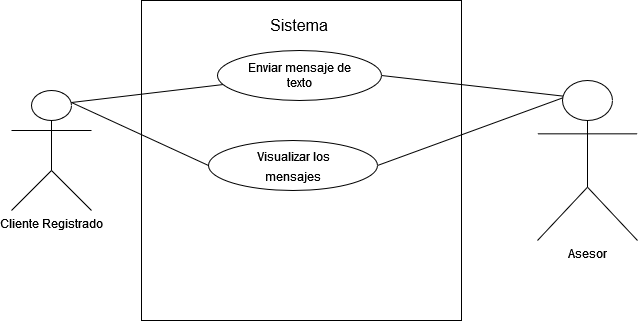
This is Proyecto en REM/image/CU04-chat.png from TheNeoStormZ/super-REMORY, a draw.io export, as it was before one commit. Source tidied: cells renumbered, new cells last; positions are measured from the earlier drawing's top-left corner, leaving out a move shared by most shapes.
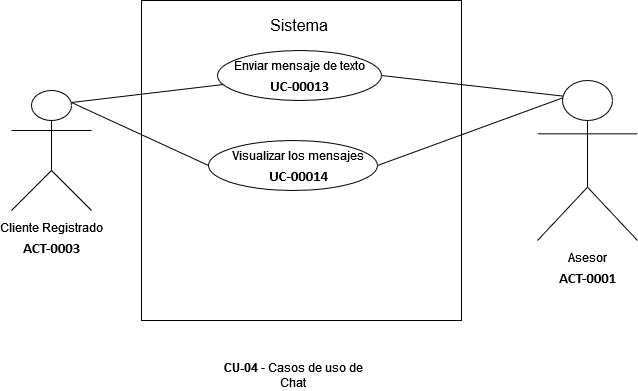
After the commit.

Change to the diagram source:
```diff
@@ -5,42 +5,45 @@
     <mxCell id="2" style="whiteSpace=wrap;html=1;" parent="1" vertex="1">
       <mxGeometry x="130" width="320" height="320" as="geometry" />
     </mxCell>
-    <mxCell id="3" value="Cliente Registrado" style="shape=umlActor;verticalLabelPosition=bottom;verticalAlign=top;html=1;outlineConnect=0;" parent="1" vertex="1">
-      <mxGeometry y="90" width="80" height="120" as="geometry" />
-    </mxCell>
-    <mxCell id="4" style="endArrow=none;html=1;rounded=0;exitX=0.75;exitY=0.1;exitDx=0;exitDy=0;exitPerimeter=0;" parent="1" edge="1" source="3" target="5">
-      <mxGeometry relative="1" as="geometry" />
-    </mxCell>
+    <mxCell id="14" value="&lt;div&gt;Cliente Registrado&lt;span style=&quot;font-size: 11pt ; line-height: 20.5042px ; font-family: &amp;#34;calibri&amp;#34; , &amp;#34;calibri_embeddedfont&amp;#34; , &amp;#34;calibri_msfontservice&amp;#34; , sans-serif ; font-weight: bold&quot; class=&quot;TextRun SCXW131693088 BCX2&quot; lang=&quot;ES-ES&quot;&gt;&lt;span class=&quot;NormalTextRun SCXW131693088 BCX2&quot;&gt;&lt;br&gt;&lt;/span&gt;&lt;/span&gt;&lt;/div&gt;&lt;div&gt;&lt;span style=&quot;font-size: 11pt ; line-height: 20.5042px ; font-family: &amp;#34;calibri&amp;#34; , &amp;#34;calibri_embeddedfont&amp;#34; , &amp;#34;calibri_msfontservice&amp;#34; , sans-serif ; font-weight: bold&quot; class=&quot;TextRun SCXW131693088 BCX2&quot; lang=&quot;ES-ES&quot;&gt;&lt;span class=&quot;NormalTextRun SCXW131693088 BCX2&quot;&gt;ACT-00&lt;/span&gt;&lt;span class=&quot;NormalTextRun SCXW131693088 BCX2&quot;&gt;03&lt;/span&gt;&lt;/span&gt;&lt;/div&gt;" style="shape=umlActor;verticalLabelPosition=bottom;verticalAlign=top;html=1;outlineConnect=0;" parent="1" vertex="1">
+      <mxGeometry y="90" width="80" height="120" as="geometry" />
+    </mxCell>
+    <mxCell id="15" style="endArrow=none;html=1;rounded=0;exitX=0.75;exitY=0.1;exitDx=0;exitDy=0;exitPerimeter=0;" parent="1" edge="1" source="14" target="5">
+      <mxGeometry relative="1" as="geometry" />
+    </mxCell>
     <mxCell id="5" style="ellipse;whiteSpace=wrap;html=1;" parent="1" vertex="1">
       <mxGeometry x="206" y="50" width="164" height="50" as="geometry" />
     </mxCell>
-    <mxCell id="6" value="Enviar mensaje de texto" style="text;html=1;strokeColor=none;fillColor=none;align=center;verticalAlign=middle;whiteSpace=wrap;rounded=0;" parent="1" vertex="1">
-      <mxGeometry x="227.5" y="50" width="121" height="50" as="geometry" />
-    </mxCell>
-    <mxCell id="7" style="endArrow=none;html=1;rounded=0;entryX=0.25;entryY=0.1;entryDx=0;entryDy=0;entryPerimeter=0;exitX=1;exitY=0.5;exitDx=0;exitDy=0;" parent="1" edge="1" source="5">
-      <mxGeometry relative="1" as="geometry">
-        <mxPoint x="555" y="96" as="targetPoint" />
-      </mxGeometry>
-    </mxCell>
+    <mxCell id="16" value="&lt;div&gt;Enviar mensaje de texto&lt;span style=&quot;font-size: 11pt ; line-height: 20.5042px ; font-family: &amp;#34;calibri&amp;#34; , &amp;#34;calibri_embeddedfont&amp;#34; , &amp;#34;calibri_msfontservice&amp;#34; , sans-serif ; font-weight: bold&quot; class=&quot;TextRun  BCX2 SCXW258166203&quot; lang=&quot;ES-ES&quot;&gt;&lt;span class=&quot;NormalTextRun  BCX2 SCXW258166203&quot;&gt;&lt;br&gt;&lt;/span&gt;&lt;/span&gt;&lt;/div&gt;&lt;div&gt;&lt;span style=&quot;font-size: 11pt ; line-height: 20.5042px ; font-family: &amp;#34;calibri&amp;#34; , &amp;#34;calibri_embeddedfont&amp;#34; , &amp;#34;calibri_msfontservice&amp;#34; , sans-serif ; font-weight: bold&quot; class=&quot;TextRun  BCX2 SCXW258166203&quot; lang=&quot;ES-ES&quot;&gt;&lt;span class=&quot;NormalTextRun  BCX2 SCXW258166203&quot;&gt;UC-000&lt;/span&gt;&lt;span class=&quot;NormalTextRun  BCX2 SCXW258166203&quot;&gt;1&lt;/span&gt;&lt;span class=&quot;NormalTextRun  BCX2 SCXW258166203&quot;&gt;3&lt;/span&gt;&lt;/span&gt;&lt;span class=&quot;EOP  BCX2 SCXW258166203&quot; style=&quot;font-size: 11pt ; line-height: 20.5042px ; font-family: &amp;#34;calibri&amp;#34; , &amp;#34;calibri_embeddedfont&amp;#34; , &amp;#34;calibri_msfontservice&amp;#34; , sans-serif&quot;&gt; &lt;/span&gt;&lt;/div&gt;&lt;div&gt;&lt;span class=&quot;EOP  BCX2 SCXW258166203&quot; style=&quot;font-size: 11pt ; line-height: 20.5042px ; font-family: &amp;#34;calibri&amp;#34; , &amp;#34;calibri_embeddedfont&amp;#34; , &amp;#34;calibri_msfontservice&amp;#34; , sans-serif&quot;&gt;&lt;/span&gt;&lt;/div&gt;" style="text;html=1;strokeColor=none;fillColor=none;align=center;verticalAlign=middle;whiteSpace=wrap;rounded=0;" parent="1" vertex="1">
+      <mxGeometry x="208.8" y="45" width="158.5" height="60" as="geometry" />
+    </mxCell>
+    <mxCell id="17" style="endArrow=none;html=1;rounded=0;entryX=0.25;entryY=0.1;entryDx=0;entryDy=0;entryPerimeter=0;exitX=1;exitY=0.5;exitDx=0;exitDy=0;" parent="1" edge="1" source="5">
+      <mxGeometry relative="1" as="geometry">
+        <mxPoint x="555" y="96" as="targetPoint" />
+      </mxGeometry>
+    </mxCell>
     <mxCell id="8" value="&lt;div style=&quot;font-size: 16px&quot;&gt;&lt;font style=&quot;font-size: 16px&quot;&gt;Sistema&lt;br&gt;&lt;/font&gt;&lt;/div&gt;" style="text;html=1;strokeColor=none;fillColor=none;align=center;verticalAlign=middle;whiteSpace=wrap;rounded=0;" parent="1" vertex="1">
       <mxGeometry x="258" y="10" width="60" height="30" as="geometry" />
     </mxCell>
     <mxCell id="9" style="ellipse;whiteSpace=wrap;html=1;fontSize=16;" parent="1" vertex="1">
       <mxGeometry x="197" y="140" width="169" height="50" as="geometry" />
     </mxCell>
-    <mxCell id="10" value="&lt;div&gt;&lt;font style=&quot;font-size: 12px&quot;&gt;Visualizar los mensajes&lt;br&gt;&lt;/font&gt;&lt;/div&gt;" style="text;html=1;strokeColor=none;fillColor=none;align=center;verticalAlign=middle;whiteSpace=wrap;rounded=0;fontSize=16;" parent="1" vertex="1">
-      <mxGeometry x="241.5" y="145" width="80" height="40" as="geometry" />
-    </mxCell>
-    <mxCell id="11" style="endArrow=none;html=1;rounded=0;fontSize=12;exitX=1;exitY=0.5;exitDx=0;exitDy=0;entryX=0.25;entryY=0.1;entryDx=0;entryDy=0;entryPerimeter=0;" parent="1" edge="1" source="9">
-      <mxGeometry relative="1" as="geometry">
-        <mxPoint x="555" y="96" as="targetPoint" />
-      </mxGeometry>
-    </mxCell>
-    <mxCell id="12" style="endArrow=none;html=1;rounded=0;fontSize=12;entryX=0;entryY=0.5;entryDx=0;entryDy=0;exitX=0.75;exitY=0.1;exitDx=0;exitDy=0;exitPerimeter=0;" parent="1" edge="1" source="3" target="9">
-      <mxGeometry relative="1" as="geometry" />
-    </mxCell>
-    <mxCell id="13" value="Asesor" style="shape=umlActor;verticalLabelPosition=bottom;verticalAlign=top;html=1;" parent="1" vertex="1">
-      <mxGeometry x="526" y="80" width="100" height="160" as="geometry" />
-    </mxCell>
+    <mxCell id="18" value="&lt;div&gt;&lt;font style=&quot;font-size: 12px&quot;&gt;Visualizar los mensajes&lt;/font&gt;&lt;span style=&quot;font-size: 11pt ; line-height: 20.5042px ; font-family: &amp;#34;calibri&amp;#34; , &amp;#34;calibri_embeddedfont&amp;#34; , &amp;#34;calibri_msfontservice&amp;#34; , sans-serif ; font-weight: bold&quot; class=&quot;TextRun  BCX2 SCXW38033412&quot; lang=&quot;ES-ES&quot;&gt;&lt;span class=&quot;NormalTextRun  BCX2 SCXW38033412&quot;&gt;&lt;br&gt;&lt;/span&gt;&lt;/span&gt;&lt;/div&gt;&lt;div&gt;&lt;span style=&quot;font-size: 11pt ; line-height: 20.5042px ; font-family: &amp;#34;calibri&amp;#34; , &amp;#34;calibri_embeddedfont&amp;#34; , &amp;#34;calibri_msfontservice&amp;#34; , sans-serif ; font-weight: bold&quot; class=&quot;TextRun  BCX2 SCXW38033412&quot; lang=&quot;ES-ES&quot;&gt;&lt;span class=&quot;NormalTextRun  BCX2 SCXW38033412&quot;&gt;UC-0001&lt;/span&gt;&lt;span class=&quot;NormalTextRun  BCX2 SCXW38033412&quot;&gt;4&lt;/span&gt;&lt;/span&gt;&lt;span class=&quot;EOP  BCX2 SCXW38033412&quot; style=&quot;font-size: 11pt ; line-height: 20.5042px ; font-family: &amp;#34;calibri&amp;#34; , &amp;#34;calibri_embeddedfont&amp;#34; , &amp;#34;calibri_msfontservice&amp;#34; , sans-serif&quot;&gt; &lt;br&gt;&lt;/span&gt;&lt;/div&gt;" style="text;html=1;strokeColor=none;fillColor=none;align=center;verticalAlign=middle;whiteSpace=wrap;rounded=0;fontSize=16;" parent="1" vertex="1">
+      <mxGeometry x="215" y="147.5" width="144.5" height="35" as="geometry" />
+    </mxCell>
+    <mxCell id="19" style="endArrow=none;html=1;rounded=0;fontSize=12;exitX=1;exitY=0.5;exitDx=0;exitDy=0;entryX=0.25;entryY=0.1;entryDx=0;entryDy=0;entryPerimeter=0;" parent="1" edge="1" source="9">
+      <mxGeometry relative="1" as="geometry">
+        <mxPoint x="555" y="96" as="targetPoint" />
+      </mxGeometry>
+    </mxCell>
+    <mxCell id="20" value="&lt;b&gt;CU-04&lt;/b&gt; - Casos de uso de Chat" style="text;html=1;strokeColor=none;fillColor=none;align=center;verticalAlign=middle;whiteSpace=wrap;rounded=0;" parent="1" vertex="1">
+      <mxGeometry x="203.5" y="360" width="156" height="30" as="geometry" />
+    </mxCell>
+    <mxCell id="21" style="endArrow=none;html=1;rounded=0;fontSize=12;entryX=0;entryY=0.5;entryDx=0;entryDy=0;exitX=0.75;exitY=0.1;exitDx=0;exitDy=0;exitPerimeter=0;" parent="1" edge="1" source="14" target="9">
+      <mxGeometry relative="1" as="geometry" />
+    </mxCell>
+    <mxCell id="22" value="&lt;div&gt;Asesor&lt;span style=&quot;font-size: 11pt ; line-height: 20.5042px ; font-family: &amp;#34;calibri&amp;#34; , &amp;#34;calibri_embeddedfont&amp;#34; , &amp;#34;calibri_msfontservice&amp;#34; , sans-serif ; font-weight: bold&quot; class=&quot;TextRun SCXW108666039 BCX2&quot; lang=&quot;ES-ES&quot;&gt;&lt;span class=&quot;NormalTextRun SCXW108666039 BCX2&quot;&gt;&lt;br&gt;&lt;/span&gt;&lt;/span&gt;&lt;/div&gt;&lt;div&gt;&lt;span style=&quot;font-size: 11pt ; line-height: 20.5042px ; font-family: &amp;#34;calibri&amp;#34; , &amp;#34;calibri_embeddedfont&amp;#34; , &amp;#34;calibri_msfontservice&amp;#34; , sans-serif ; font-weight: bold&quot; class=&quot;TextRun SCXW108666039 BCX2&quot; lang=&quot;ES-ES&quot;&gt;&lt;span class=&quot;NormalTextRun SCXW108666039 BCX2&quot;&gt;ACT-0001&lt;/span&gt;&lt;/span&gt;&lt;/div&gt;" style="shape=umlActor;verticalLabelPosition=bottom;verticalAlign=top;html=1;" parent="1" vertex="1">
+      <mxGeometry x="526" y="80" width="100" height="160" as="geometry" />
+    </mxCell>
   </root>
 </mxGraphModel>
```
